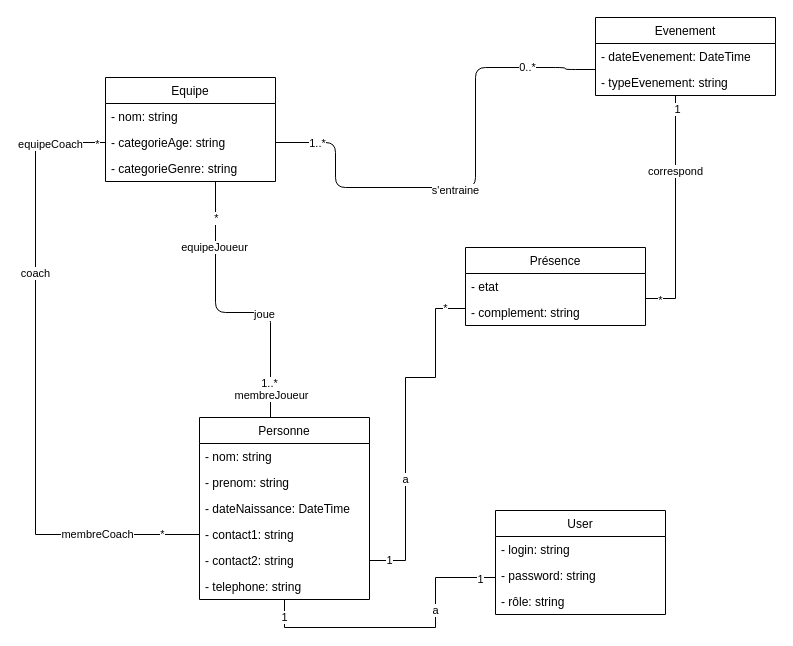
The draw.io diagram documentation/presenceUML.drawio in Loknit9/symfony_presence_white, before the edit. Source tidied: cells renumbered, new cells numbered last; positions are measured from the earlier drawing's top-left corner, leaving out a move shared by most shapes. Both pictures are drawn from the tidied source at 100%, with x=0, y=0 at pixel (35, 17).
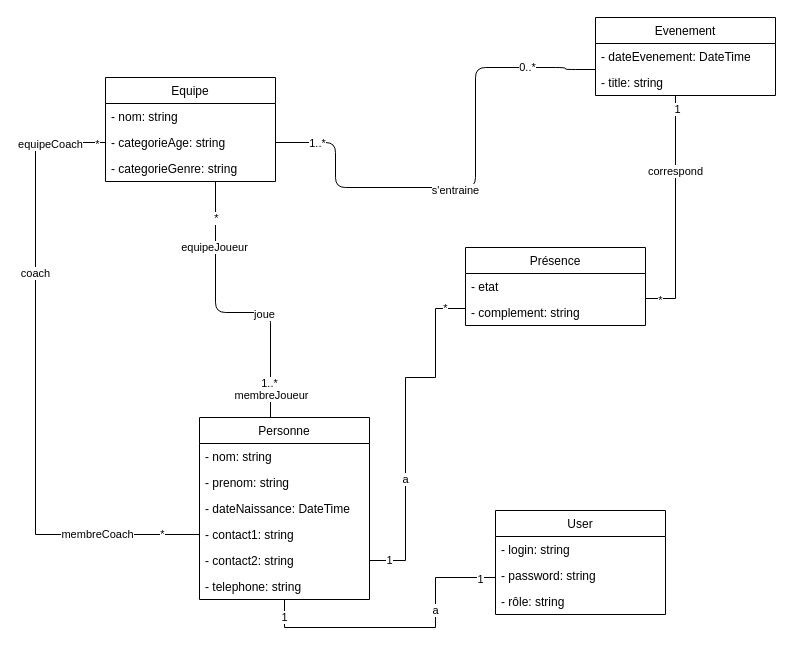
Above is the later version.

Commit message (it also covers changes not shown here):
title dans entite Evt

Unchanged cells that the change refers to:
```xml
<mxCell id="23" value="Evenement" style="swimlane;fontStyle=0;horizontal=1;startSize=26;fillColor=none;" parent="1" vertex="1">
  <mxGeometry x="560" width="180" height="78" as="geometry" />
</mxCell>
```

Change to the diagram source:
```diff
@@
-    <mxCell id="25" value="- typeEvenement: string" style="text;strokeColor=none;fillColor=none;align=left;verticalAlign=top;spacingLeft=4;spacingRight=4;overflow=hidden;" parent="23" vertex="1">
+    <mxCell id="25" value="- title: string" style="text;strokeColor=none;fillColor=none;align=left;verticalAlign=top;spacingLeft=4;spacingRight=4;overflow=hidden;" parent="23" vertex="1">
       <mxGeometry y="52" width="180" height="26" as="geometry" />
     </mxCell>
```
